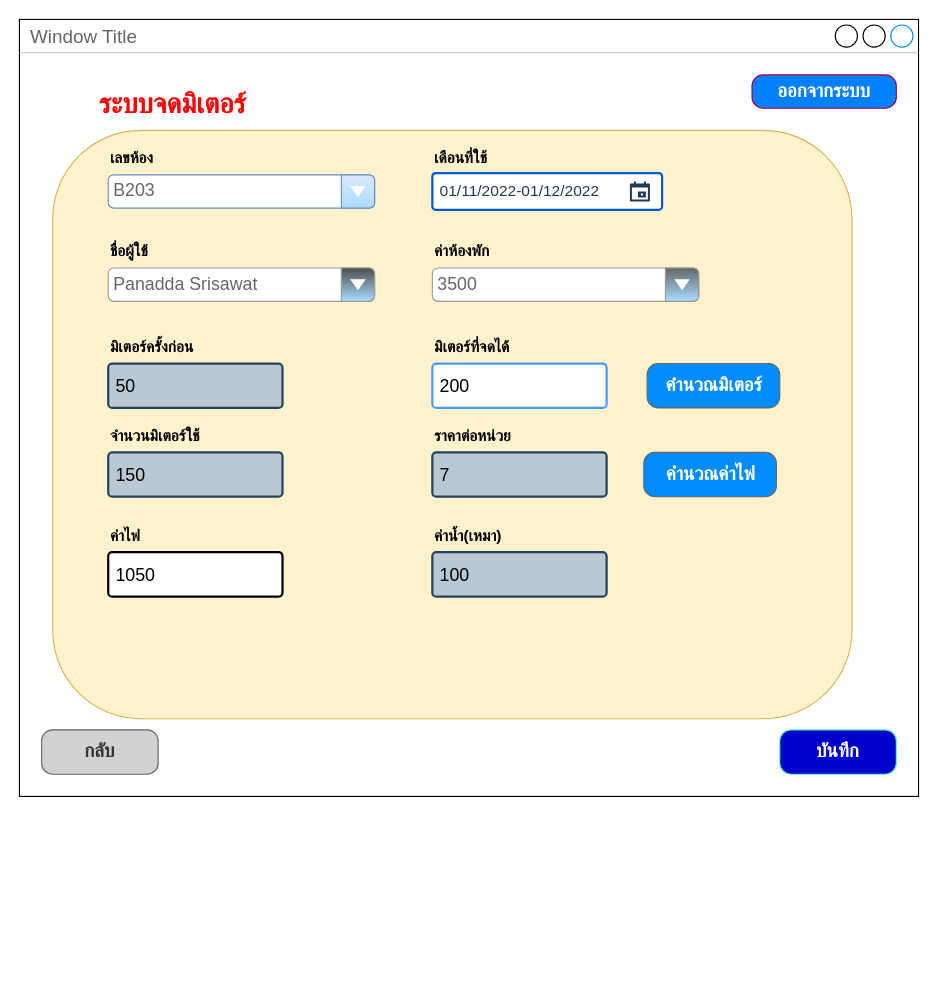
Above: page "meter" (1 of 16) of SE.drawio in nunpromporn/SE (draw.io), before the change. Source tidied: cells renumbered, new cells numbered last; positions are measured from the earlier drawing's top-left corner, leaving out a move shared by most shapes. Both pictures are drawn from the tidied source at 111%, with x=0, y=0 at pixel (19, 19).
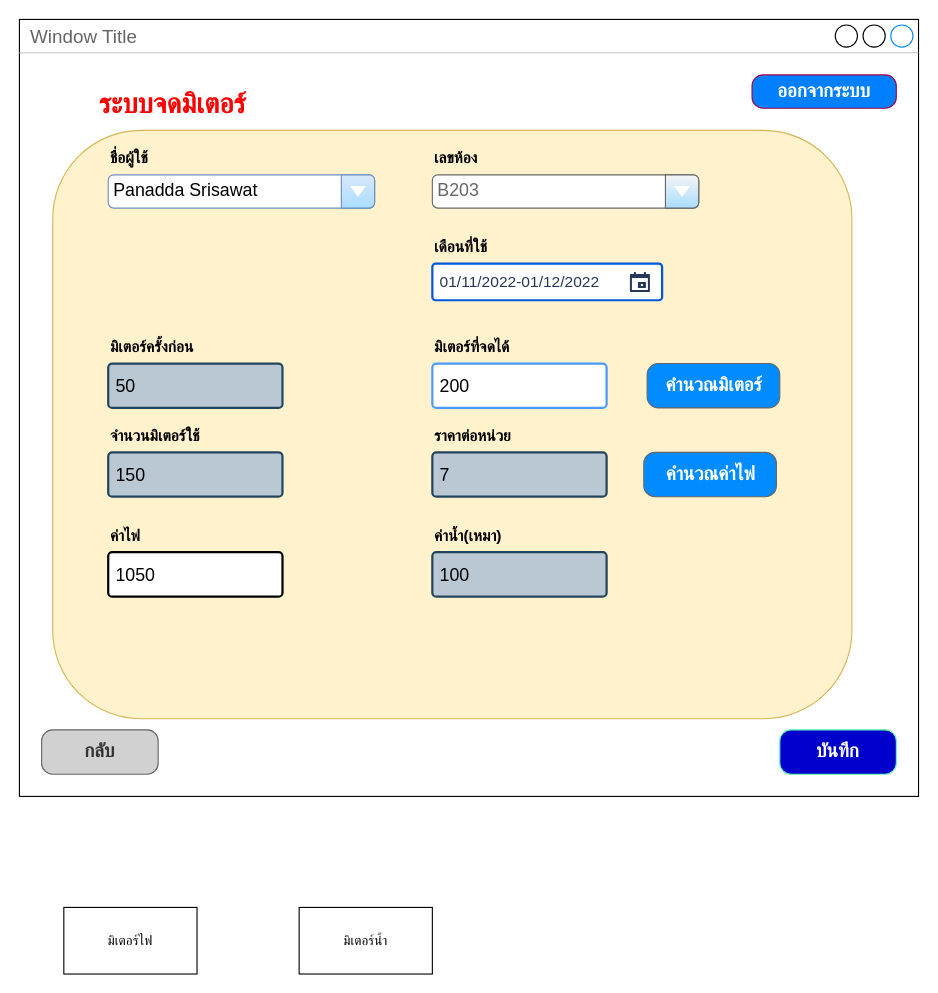
The same diagram, later.

Change to the diagram source:
```diff
@@
     <mxCell id="7" value="&lt;span style=&quot;font-size: 14px;&quot;&gt;&lt;b&gt;เลขห้อง&lt;/b&gt;&lt;/span&gt;" style="text;html=1;strokeColor=none;fillColor=none;align=left;verticalAlign=middle;whiteSpace=wrap;rounded=0;" parent="1" vertex="1">
-      <mxGeometry x="80" y="110" width="90" height="30" as="geometry" />
+      <mxGeometry x="372" y="110" width="90" height="30" as="geometry" />
     </mxCell>
@@
-    <mxCell id="12" value="&lt;font style=&quot;font-size: 16px;&quot; color=&quot;#666666&quot;&gt;B203&lt;/font&gt;" style="strokeWidth=1;shadow=0;dashed=0;align=center;html=1;shape=mxgraph.mockup.forms.comboBox;align=left;fillColor2=#aaddff;mainText=;fontSize=17;spacingLeft=3;fillColor=#dae8fc;strokeColor=#6c8ebf;" parent="1" vertex="1">
-      <mxGeometry x="80" y="140" width="240" height="30" as="geometry" />
+    <mxCell id="12" value="&lt;font style=&quot;font-size: 16px;&quot; color=&quot;#666666&quot;&gt;B203&lt;/font&gt;" style="strokeWidth=1;shadow=0;dashed=0;align=center;html=1;shape=mxgraph.mockup.forms.comboBox;align=left;fillColor2=#aaddff;mainText=;fontSize=17;spacingLeft=3;fillColor=#f5f5f5;strokeColor=#666666;fontColor=#333333;" parent="1" vertex="1">
+      <mxGeometry x="372" y="140" width="240" height="30" as="geometry" />
     </mxCell>
@@
     <mxCell id="16" value="&lt;span style=&quot;font-size: 14px;&quot;&gt;&lt;b&gt;เดือนที่ใช้&lt;/b&gt;&lt;/span&gt;" style="text;html=1;strokeColor=none;fillColor=none;align=left;verticalAlign=middle;whiteSpace=wrap;rounded=0;" parent="1" vertex="1">
-      <mxGeometry x="372" y="110" width="120" height="30" as="geometry" />
+      <mxGeometry x="372" y="190" width="120" height="30" as="geometry" />
     </mxCell>
     <mxCell id="17" value="&lt;font style=&quot;font-size: 14px;&quot;&gt;01/11/2022-01/12/2022&lt;/font&gt;" style="rounded=1;arcSize=9;fillColor=#ffffff;align=left;spacingLeft=5;strokeColor=#0057D8;html=1;strokeWidth=2;fontColor=#253858;fontSize=12;" parent="1" vertex="1">
-      <mxGeometry x="372" y="138.5" width="207" height="33" as="geometry" />
+      <mxGeometry x="372" y="220" width="207" height="33" as="geometry" />
     </mxCell>
@@
-    <mxCell id="27" value="&lt;font style=&quot;font-size: 16px;&quot;&gt;Panadda Srisawat&lt;/font&gt;" style="strokeWidth=1;shadow=0;dashed=0;align=center;html=1;shape=mxgraph.mockup.forms.comboBox;strokeColor=#999999;fillColor=#4D4D4D;align=left;fillColor2=#aaddff;mainText=;fontColor=#666666;fontSize=17;spacingLeft=3;" parent="1" vertex="1">
-      <mxGeometry x="80" y="224" width="240" height="30" as="geometry" />
+    <mxCell id="27" value="&lt;font style=&quot;font-size: 16px;&quot;&gt;Panadda Srisawat&lt;/font&gt;" style="strokeWidth=1;shadow=0;dashed=0;align=center;html=1;shape=mxgraph.mockup.forms.comboBox;strokeColor=#6c8ebf;fillColor=#dae8fc;align=left;fillColor2=#aaddff;mainText=;fontSize=17;spacingLeft=3;" parent="1" vertex="1">
+      <mxGeometry x="80" y="140" width="240" height="30" as="geometry" />
     </mxCell>
     <mxCell id="28" value="&lt;span style=&quot;font-size: 14px;&quot;&gt;&lt;b&gt;ชื่อผู้ใช้&lt;/b&gt;&lt;/span&gt;" style="text;html=1;strokeColor=none;fillColor=none;align=left;verticalAlign=middle;whiteSpace=wrap;rounded=0;" parent="1" vertex="1">
-      <mxGeometry x="80" y="194" width="90" height="30" as="geometry" />
+      <mxGeometry x="80" y="110" width="90" height="30" as="geometry" />
     </mxCell>
-    <mxCell id="29" value="&lt;font style=&quot;font-size: 16px;&quot;&gt;3500&lt;/font&gt;" style="strokeWidth=1;shadow=0;dashed=0;align=center;html=1;shape=mxgraph.mockup.forms.comboBox;strokeColor=#999999;fillColor=#666666;align=left;fillColor2=#aaddff;mainText=;fontColor=#666666;fontSize=17;spacingLeft=3;" parent="1" vertex="1">
-      <mxGeometry x="372" y="224" width="240" height="30" as="geometry" />
-    </mxCell>
-    <mxCell id="30" value="&lt;span style=&quot;font-size: 14px;&quot;&gt;&lt;b&gt;ค่าห้องพัก&lt;/b&gt;&lt;/span&gt;" style="text;html=1;strokeColor=none;fillColor=none;align=left;verticalAlign=middle;whiteSpace=wrap;rounded=0;" parent="1" vertex="1">
-      <mxGeometry x="372" y="194" width="120" height="30" as="geometry" />
-    </mxCell>
+    <mxCell id="31" value="มิเตอร์ไฟ" style="rounded=0;whiteSpace=wrap;html=1;" parent="1" vertex="1">
+      <mxGeometry x="40" y="800" width="120" height="60" as="geometry" />
+    </mxCell>
+    <mxCell id="32" value="มิเตอร์น้ำ" style="rounded=0;whiteSpace=wrap;html=1;" parent="1" vertex="1">
+      <mxGeometry x="252" y="800" width="120" height="60" as="geometry" />
+    </mxCell>
```
